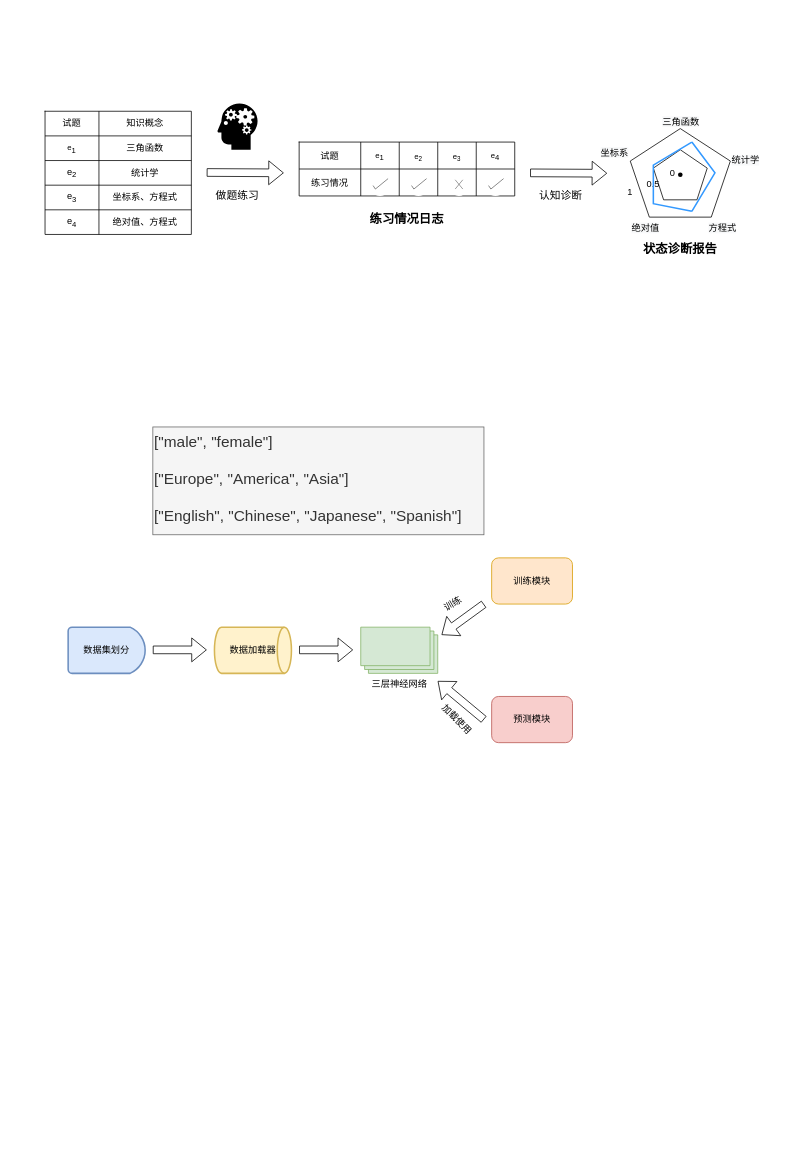
The draw.io diagram Untitled Diagram.drawio in 19170323/19170323.github.io, before the edit. Source tidied: cells renumbered, new cells numbered last; positions are measured from the earlier drawing's top-left corner, leaving out a move shared by most shapes. Both pictures are drawn from the tidied source at 77%, with x=0, y=0 at pixel (45, 18).
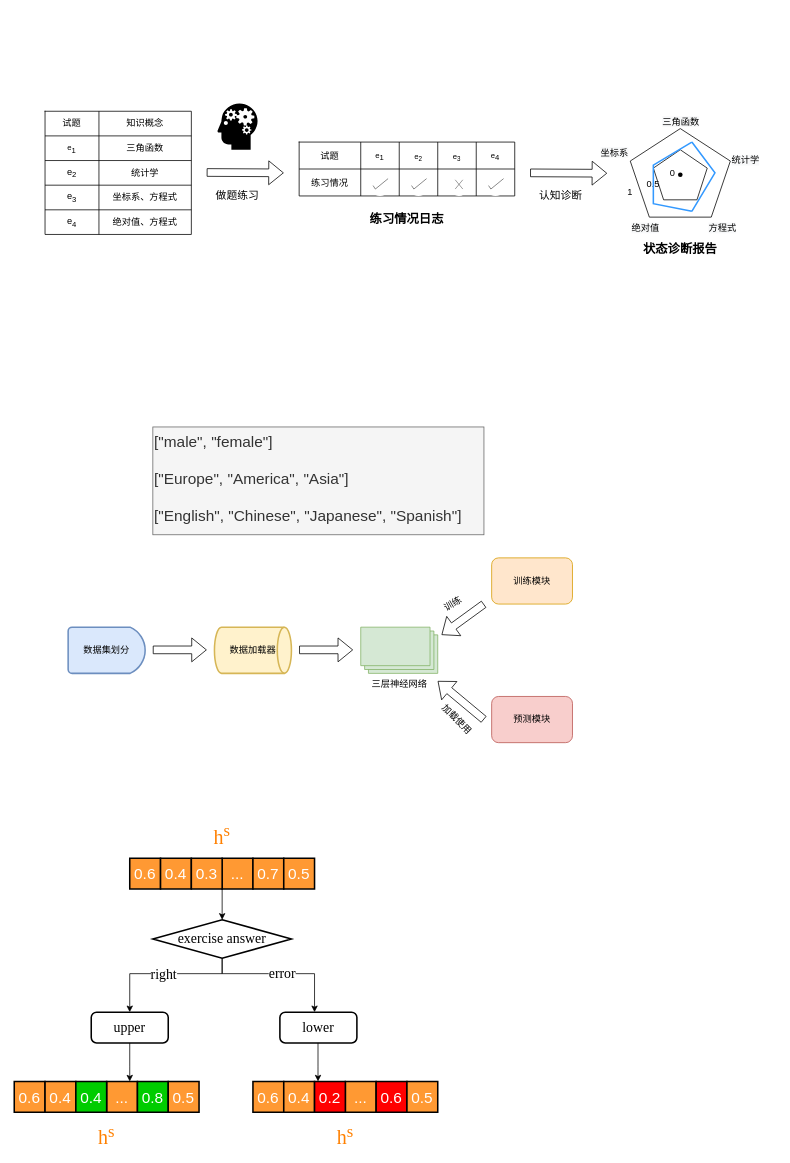
After the change.

The edit, as a diff of the source:
```diff
@@
+    <mxCell id="68" style="shape=table;html=1;whiteSpace=wrap;startSize=0;childLayout=tableLayout;fillColor=#FF9933;strokeWidth=2;" parent="1" vertex="1">
+      <mxGeometry x="110" y="1090" width="40" height="40" as="geometry" />
+    </mxCell>
+    <mxCell id="69" style="shape=partialRectangle;html=1;whiteSpace=wrap;fillColor=none;top=0;left=0;bottom=0;right=0;" parent="68" vertex="1">
+      <mxGeometry width="40" height="40" as="geometry" />
+    </mxCell>
+    <mxCell id="70" value="&lt;font style=&quot;font-size: 20px&quot; color=&quot;#ffffff&quot;&gt;0.6&lt;br&gt;&lt;/font&gt;" style="shape=partialRectangle;html=1;whiteSpace=wrap;overflow=hidden;fillColor=none;top=0;left=0;bottom=0;right=0;" parent="69" vertex="1">
+      <mxGeometry width="40" height="40" as="geometry" />
+    </mxCell>
+    <mxCell id="71" value="&lt;font style=&quot;font-size: 26px&quot; color=&quot;#ff8000&quot; face=&quot;Times New Roman&quot;&gt;h&lt;sup&gt;s&lt;/sup&gt;&lt;/font&gt;" style="text;html=1;strokeColor=none;fillColor=none;align=center;verticalAlign=middle;whiteSpace=wrap;rounded=0;shadow=0;sketch=0;" parent="1" vertex="1">
+      <mxGeometry x="210" y="1050" width="40" height="20" as="geometry" />
+    </mxCell>
+    <mxCell id="72" style="shape=table;html=1;whiteSpace=wrap;startSize=0;childLayout=tableLayout;fillColor=#FF9933;strokeWidth=2;" parent="1" vertex="1">
+      <mxGeometry x="230" y="1090" width="40" height="40" as="geometry" />
+    </mxCell>
+    <mxCell id="73" style="shape=partialRectangle;html=1;whiteSpace=wrap;fillColor=none;top=0;left=0;bottom=0;right=0;" parent="72" vertex="1">
+      <mxGeometry width="40" height="40" as="geometry" />
+    </mxCell>
+    <mxCell id="74" value="&lt;font style=&quot;font-size: 20px&quot; color=&quot;#ffffff&quot;&gt;...&lt;/font&gt;" style="shape=partialRectangle;html=1;whiteSpace=wrap;overflow=hidden;fillColor=none;top=0;left=0;bottom=0;right=0;" parent="73" vertex="1">
+      <mxGeometry width="40" height="40" as="geometry" />
+    </mxCell>
+    <mxCell id="75" style="shape=table;html=1;whiteSpace=wrap;startSize=0;childLayout=tableLayout;fillColor=#FF9933;strokeWidth=2;" parent="1" vertex="1">
+      <mxGeometry x="150" y="1090" width="40" height="40" as="geometry" />
+    </mxCell>
+    <mxCell id="76" style="shape=partialRectangle;html=1;whiteSpace=wrap;fillColor=none;top=0;left=0;bottom=0;right=0;" parent="75" vertex="1">
+      <mxGeometry width="40" height="40" as="geometry" />
+    </mxCell>
+    <mxCell id="77" value="&lt;font style=&quot;font-size: 20px&quot; color=&quot;#ffffff&quot;&gt;0.4&lt;br&gt;&lt;/font&gt;" style="shape=partialRectangle;html=1;whiteSpace=wrap;overflow=hidden;fillColor=none;top=0;left=0;bottom=0;right=0;" parent="76" vertex="1">
+      <mxGeometry width="40" height="40" as="geometry" />
+    </mxCell>
+    <mxCell id="78" style="shape=table;html=1;whiteSpace=wrap;startSize=0;childLayout=tableLayout;fillColor=#FF9933;strokeWidth=2;" parent="1" vertex="1">
+      <mxGeometry x="190" y="1090" width="40" height="40" as="geometry" />
+    </mxCell>
+    <mxCell id="79" style="shape=partialRectangle;html=1;whiteSpace=wrap;fillColor=none;top=0;left=0;bottom=0;right=0;" parent="78" vertex="1">
+      <mxGeometry width="40" height="40" as="geometry" />
+    </mxCell>
+    <mxCell id="80" value="&lt;font style=&quot;font-size: 20px&quot; color=&quot;#ffffff&quot;&gt;0.3&lt;br&gt;&lt;/font&gt;" style="shape=partialRectangle;html=1;whiteSpace=wrap;overflow=hidden;fillColor=none;top=0;left=0;bottom=0;right=0;" parent="79" vertex="1">
+      <mxGeometry width="40" height="40" as="geometry" />
+    </mxCell>
+    <mxCell id="81" style="shape=table;html=1;whiteSpace=wrap;startSize=0;childLayout=tableLayout;fillColor=#FF9933;strokeWidth=2;" parent="1" vertex="1">
+      <mxGeometry x="270" y="1090" width="40" height="40" as="geometry" />
+    </mxCell>
+    <mxCell id="82" style="shape=partialRectangle;html=1;whiteSpace=wrap;fillColor=none;top=0;left=0;bottom=0;right=0;" parent="81" vertex="1">
+      <mxGeometry width="40" height="40" as="geometry" />
+    </mxCell>
+    <mxCell id="83" value="&lt;font style=&quot;font-size: 20px&quot; color=&quot;#ffffff&quot;&gt;0.7&lt;br&gt;&lt;/font&gt;" style="shape=partialRectangle;html=1;whiteSpace=wrap;overflow=hidden;fillColor=none;top=0;left=0;bottom=0;right=0;" parent="82" vertex="1">
+      <mxGeometry width="40" height="40" as="geometry" />
+    </mxCell>
+    <mxCell id="84" style="shape=table;html=1;whiteSpace=wrap;startSize=0;childLayout=tableLayout;fillColor=#FF9933;strokeWidth=2;" parent="1" vertex="1">
+      <mxGeometry x="310" y="1090" width="40" height="40" as="geometry" />
+    </mxCell>
+    <mxCell id="85" style="shape=partialRectangle;html=1;whiteSpace=wrap;fillColor=none;top=0;left=0;bottom=0;right=0;" parent="84" vertex="1">
+      <mxGeometry width="40" height="40" as="geometry" />
+    </mxCell>
+    <mxCell id="86" value="&lt;font style=&quot;font-size: 20px&quot; color=&quot;#ffffff&quot;&gt;0.5&lt;br&gt;&lt;/font&gt;" style="shape=partialRectangle;html=1;whiteSpace=wrap;overflow=hidden;fillColor=none;top=0;left=0;bottom=0;right=0;" parent="85" vertex="1">
+      <mxGeometry width="40" height="40" as="geometry" />
+    </mxCell>
+    <mxCell id="87" style="edgeStyle=orthogonalEdgeStyle;rounded=0;jettySize=auto;html=1;entryX=0.5;entryY=0;entryDx=0;entryDy=0;exitX=0.5;exitY=1;exitDx=0;exitDy=0;exitPerimeter=0;" parent="1" edge="1" source="89" target="90">
+      <mxGeometry relative="1" as="geometry">
+        <Array as="points">
+          <mxPoint x="230" y="1240" />
+          <mxPoint x="110" y="1240" />
+        </Array>
+      </mxGeometry>
+    </mxCell>
+    <mxCell id="88" value="&lt;font style=&quot;font-size: 18px&quot; face=&quot;Times New Roman&quot;&gt;right&lt;/font&gt;" style="edgeLabel;html=1;align=center;verticalAlign=middle;" parent="87" vertex="1">
+      <mxGeometry x="0.02" y="1" relative="1" as="geometry" />
+    </mxCell>
+    <mxCell id="89" value="&lt;font style=&quot;font-size: 18px&quot; face=&quot;Times New Roman&quot;&gt;exercise answer&lt;/font&gt;" style="strokeWidth=2;html=1;shape=mxgraph.flowchart.decision;whiteSpace=wrap;shadow=0;sketch=0;fillColor=#FFFFFF;gradientColor=none;" parent="1" vertex="1">
+      <mxGeometry x="140" y="1170" width="180" height="50" as="geometry" />
+    </mxCell>
+    <mxCell id="90" value="&lt;font style=&quot;font-size: 18px&quot; face=&quot;Times New Roman&quot;&gt;upper&lt;/font&gt;" style="rounded=1;whiteSpace=wrap;html=1;absoluteArcSize=1;arcSize=14;strokeWidth=2;shadow=0;sketch=0;fillColor=#FFFFFF;gradientColor=none;" parent="1" vertex="1">
+      <mxGeometry x="60" y="1290" width="100" height="40" as="geometry" />
+    </mxCell>
+    <mxCell id="91" style="edgeStyle=orthogonalEdgeStyle;rounded=0;jettySize=auto;html=1;entryX=0.5;entryY=0;entryDx=0;entryDy=0;exitX=0.5;exitY=1;exitDx=0;exitDy=0;exitPerimeter=0;entryPerimeter=0;" parent="1" edge="1" target="89">
+      <mxGeometry relative="1" as="geometry">
+        <mxPoint x="230" y="1130" as="sourcePoint" />
+        <Array as="points">
+          <mxPoint x="230" y="1160" />
+          <mxPoint x="230" y="1160" />
+        </Array>
+      </mxGeometry>
+    </mxCell>
+    <mxCell id="92" value="&lt;font style=&quot;font-size: 18px&quot; face=&quot;Times New Roman&quot;&gt;lower&lt;/font&gt;" style="rounded=1;whiteSpace=wrap;html=1;absoluteArcSize=1;arcSize=14;strokeWidth=2;shadow=0;sketch=0;fillColor=#FFFFFF;gradientColor=none;" parent="1" vertex="1">
+      <mxGeometry x="305" y="1290" width="100" height="40" as="geometry" />
+    </mxCell>
+    <mxCell id="93" style="edgeStyle=orthogonalEdgeStyle;rounded=0;jettySize=auto;html=1;exitX=0.5;exitY=1;exitDx=0;exitDy=0;exitPerimeter=0;" parent="1" edge="1" source="89">
+      <mxGeometry relative="1" as="geometry">
+        <mxPoint x="350" y="1290" as="targetPoint" />
+        <Array as="points">
+          <mxPoint x="230" y="1240" />
+          <mxPoint x="350" y="1240" />
+          <mxPoint x="350" y="1290" />
+        </Array>
+      </mxGeometry>
+    </mxCell>
+    <mxCell id="94" value="&lt;font style=&quot;font-size: 18px&quot; face=&quot;Times New Roman&quot;&gt;error&lt;/font&gt;" style="edgeLabel;html=1;align=center;verticalAlign=middle;" parent="93" vertex="1">
+      <mxGeometry x="0.02" y="1" relative="1" as="geometry" />
+    </mxCell>
+    <mxCell id="95" style="shape=table;html=1;whiteSpace=wrap;startSize=0;childLayout=tableLayout;fillColor=#FF9933;strokeWidth=2;" parent="1" vertex="1">
+      <mxGeometry x="-40" y="1380" width="40" height="40" as="geometry" />
+    </mxCell>
+    <mxCell id="96" style="shape=partialRectangle;html=1;whiteSpace=wrap;fillColor=none;top=0;left=0;bottom=0;right=0;" parent="95" vertex="1">
+      <mxGeometry width="40" height="40" as="geometry" />
+    </mxCell>
+    <mxCell id="97" value="&lt;font style=&quot;font-size: 20px&quot; color=&quot;#ffffff&quot;&gt;0.6&lt;br&gt;&lt;/font&gt;" style="shape=partialRectangle;html=1;whiteSpace=wrap;overflow=hidden;fillColor=none;top=0;left=0;bottom=0;right=0;" parent="96" vertex="1">
+      <mxGeometry width="40" height="40" as="geometry" />
+    </mxCell>
+    <mxCell id="98" style="shape=table;html=1;whiteSpace=wrap;startSize=0;childLayout=tableLayout;fillColor=#FF9933;strokeWidth=2;" parent="1" vertex="1">
+      <mxGeometry x="80" y="1380" width="40" height="40" as="geometry" />
+    </mxCell>
+    <mxCell id="99" style="shape=partialRectangle;html=1;whiteSpace=wrap;fillColor=none;top=0;left=0;bottom=0;right=0;" parent="98" vertex="1">
+      <mxGeometry width="40" height="40" as="geometry" />
+    </mxCell>
+    <mxCell id="100" value="&lt;font style=&quot;font-size: 20px&quot; color=&quot;#ffffff&quot;&gt;...&lt;/font&gt;" style="shape=partialRectangle;html=1;whiteSpace=wrap;overflow=hidden;fillColor=none;top=0;left=0;bottom=0;right=0;" parent="99" vertex="1">
+      <mxGeometry width="40" height="40" as="geometry" />
+    </mxCell>
+    <mxCell id="101" style="shape=table;html=1;whiteSpace=wrap;startSize=0;childLayout=tableLayout;fillColor=#FF9933;strokeWidth=2;" parent="1" vertex="1">
+      <mxGeometry y="1380" width="40" height="40" as="geometry" />
+    </mxCell>
+    <mxCell id="102" style="shape=partialRectangle;html=1;whiteSpace=wrap;fillColor=none;top=0;left=0;bottom=0;right=0;" parent="101" vertex="1">
+      <mxGeometry width="40" height="40" as="geometry" />
+    </mxCell>
+    <mxCell id="103" value="&lt;font style=&quot;font-size: 20px&quot; color=&quot;#ffffff&quot;&gt;0.4&lt;br&gt;&lt;/font&gt;" style="shape=partialRectangle;html=1;whiteSpace=wrap;overflow=hidden;fillColor=none;top=0;left=0;bottom=0;right=0;" parent="102" vertex="1">
+      <mxGeometry width="40" height="40" as="geometry" />
+    </mxCell>
+    <mxCell id="104" style="shape=table;html=1;whiteSpace=wrap;startSize=0;childLayout=tableLayout;strokeWidth=2;fillColor=#00CC00;" parent="1" vertex="1">
+      <mxGeometry x="40" y="1380" width="40" height="40" as="geometry" />
+    </mxCell>
+    <mxCell id="105" style="shape=partialRectangle;html=1;whiteSpace=wrap;fillColor=none;top=0;left=0;bottom=0;right=0;" parent="104" vertex="1">
+      <mxGeometry width="40" height="40" as="geometry" />
+    </mxCell>
+    <mxCell id="106" value="&lt;font style=&quot;font-size: 20px&quot; color=&quot;#ffffff&quot;&gt;0.4&lt;br&gt;&lt;/font&gt;" style="shape=partialRectangle;html=1;whiteSpace=wrap;overflow=hidden;fillColor=none;top=0;left=0;bottom=0;right=0;" parent="105" vertex="1">
+      <mxGeometry width="40" height="40" as="geometry" />
+    </mxCell>
+    <mxCell id="107" style="shape=table;html=1;whiteSpace=wrap;startSize=0;childLayout=tableLayout;strokeWidth=2;fillColor=#00CC00;" parent="1" vertex="1">
+      <mxGeometry x="120" y="1380" width="40" height="40" as="geometry" />
+    </mxCell>
+    <mxCell id="108" style="shape=partialRectangle;html=1;whiteSpace=wrap;fillColor=none;top=0;left=0;bottom=0;right=0;" parent="107" vertex="1">
+      <mxGeometry width="40" height="40" as="geometry" />
+    </mxCell>
+    <mxCell id="109" value="&lt;font style=&quot;font-size: 20px&quot; color=&quot;#ffffff&quot;&gt;0.8&lt;br&gt;&lt;/font&gt;" style="shape=partialRectangle;html=1;whiteSpace=wrap;overflow=hidden;fillColor=none;top=0;left=0;bottom=0;right=0;" parent="108" vertex="1">
+      <mxGeometry width="40" height="40" as="geometry" />
+    </mxCell>
+    <mxCell id="110" style="shape=table;html=1;whiteSpace=wrap;startSize=0;childLayout=tableLayout;fillColor=#FF9933;strokeWidth=2;" parent="1" vertex="1">
+      <mxGeometry x="160" y="1380" width="40" height="40" as="geometry" />
+    </mxCell>
+    <mxCell id="111" style="shape=partialRectangle;html=1;whiteSpace=wrap;fillColor=none;top=0;left=0;bottom=0;right=0;" parent="110" vertex="1">
+      <mxGeometry width="40" height="40" as="geometry" />
+    </mxCell>
+    <mxCell id="112" value="&lt;font style=&quot;font-size: 20px&quot; color=&quot;#ffffff&quot;&gt;0.5&lt;br&gt;&lt;/font&gt;" style="shape=partialRectangle;html=1;whiteSpace=wrap;overflow=hidden;fillColor=none;top=0;left=0;bottom=0;right=0;" parent="111" vertex="1">
+      <mxGeometry width="40" height="40" as="geometry" />
+    </mxCell>
+    <mxCell id="113" style="shape=table;html=1;whiteSpace=wrap;startSize=0;childLayout=tableLayout;fillColor=#FF9933;strokeWidth=2;" parent="1" vertex="1">
+      <mxGeometry x="270" y="1380" width="40" height="40" as="geometry" />
+    </mxCell>
+    <mxCell id="114" style="shape=partialRectangle;html=1;whiteSpace=wrap;fillColor=none;top=0;left=0;bottom=0;right=0;" parent="113" vertex="1">
+      <mxGeometry width="40" height="40" as="geometry" />
+    </mxCell>
+    <mxCell id="115" value="&lt;font style=&quot;font-size: 20px&quot; color=&quot;#ffffff&quot;&gt;0.6&lt;br&gt;&lt;/font&gt;" style="shape=partialRectangle;html=1;whiteSpace=wrap;overflow=hidden;fillColor=none;top=0;left=0;bottom=0;right=0;" parent="114" vertex="1">
+      <mxGeometry width="40" height="40" as="geometry" />
+    </mxCell>
+    <mxCell id="116" style="shape=table;html=1;whiteSpace=wrap;startSize=0;childLayout=tableLayout;fillColor=#FF9933;strokeWidth=2;" parent="1" vertex="1">
+      <mxGeometry x="390" y="1380" width="40" height="40" as="geometry" />
+    </mxCell>
+    <mxCell id="117" style="shape=partialRectangle;html=1;whiteSpace=wrap;fillColor=none;top=0;left=0;bottom=0;right=0;" parent="116" vertex="1">
+      <mxGeometry width="40" height="40" as="geometry" />
+    </mxCell>
+    <mxCell id="118" value="&lt;font style=&quot;font-size: 20px&quot; color=&quot;#ffffff&quot;&gt;...&lt;/font&gt;" style="shape=partialRectangle;html=1;whiteSpace=wrap;overflow=hidden;fillColor=none;top=0;left=0;bottom=0;right=0;" parent="117" vertex="1">
+      <mxGeometry width="40" height="40" as="geometry" />
+    </mxCell>
+    <mxCell id="119" style="shape=table;html=1;whiteSpace=wrap;startSize=0;childLayout=tableLayout;fillColor=#FF9933;strokeWidth=2;" parent="1" vertex="1">
+      <mxGeometry x="310" y="1380" width="40" height="40" as="geometry" />
+    </mxCell>
+    <mxCell id="120" style="shape=partialRectangle;html=1;whiteSpace=wrap;fillColor=none;top=0;left=0;bottom=0;right=0;" parent="119" vertex="1">
+      <mxGeometry width="40" height="40" as="geometry" />
+    </mxCell>
+    <mxCell id="121" value="&lt;font style=&quot;font-size: 20px&quot; color=&quot;#ffffff&quot;&gt;0.4&lt;br&gt;&lt;/font&gt;" style="shape=partialRectangle;html=1;whiteSpace=wrap;overflow=hidden;fillColor=none;top=0;left=0;bottom=0;right=0;" parent="120" vertex="1">
+      <mxGeometry width="40" height="40" as="geometry" />
+    </mxCell>
+    <mxCell id="122" style="shape=table;html=1;whiteSpace=wrap;startSize=0;childLayout=tableLayout;strokeWidth=2;fillColor=#FF0000;" parent="1" vertex="1">
+      <mxGeometry x="350" y="1380" width="40" height="40" as="geometry" />
+    </mxCell>
+    <mxCell id="123" style="shape=partialRectangle;html=1;whiteSpace=wrap;fillColor=none;top=0;left=0;bottom=0;right=0;" parent="122" vertex="1">
+      <mxGeometry width="40" height="40" as="geometry" />
+    </mxCell>
+    <mxCell id="124" value="&lt;font style=&quot;font-size: 20px&quot; color=&quot;#ffffff&quot;&gt;0.2&lt;br&gt;&lt;/font&gt;" style="shape=partialRectangle;html=1;whiteSpace=wrap;overflow=hidden;fillColor=none;top=0;left=0;bottom=0;right=0;" parent="123" vertex="1">
+      <mxGeometry width="40" height="40" as="geometry" />
+    </mxCell>
+    <mxCell id="125" style="shape=table;html=1;whiteSpace=wrap;startSize=0;childLayout=tableLayout;strokeWidth=2;fillColor=#FF0000;" parent="1" vertex="1">
+      <mxGeometry x="430" y="1380" width="40" height="40" as="geometry" />
+    </mxCell>
+    <mxCell id="126" style="shape=partialRectangle;html=1;whiteSpace=wrap;fillColor=none;top=0;left=0;bottom=0;right=0;" parent="125" vertex="1">
+      <mxGeometry width="40" height="40" as="geometry" />
+    </mxCell>
+    <mxCell id="127" value="&lt;font style=&quot;font-size: 20px&quot; color=&quot;#ffffff&quot;&gt;0.6&lt;br&gt;&lt;/font&gt;" style="shape=partialRectangle;html=1;whiteSpace=wrap;overflow=hidden;fillColor=none;top=0;left=0;bottom=0;right=0;" parent="126" vertex="1">
+      <mxGeometry width="40" height="40" as="geometry" />
+    </mxCell>
+    <mxCell id="128" style="shape=table;html=1;whiteSpace=wrap;startSize=0;childLayout=tableLayout;fillColor=#FF9933;strokeWidth=2;" parent="1" vertex="1">
+      <mxGeometry x="470" y="1380" width="40" height="40" as="geometry" />
+    </mxCell>
+    <mxCell id="129" style="shape=partialRectangle;html=1;whiteSpace=wrap;fillColor=none;top=0;left=0;bottom=0;right=0;" parent="128" vertex="1">
+      <mxGeometry width="40" height="40" as="geometry" />
+    </mxCell>
+    <mxCell id="130" value="&lt;font style=&quot;font-size: 20px&quot; color=&quot;#ffffff&quot;&gt;0.5&lt;br&gt;&lt;/font&gt;" style="shape=partialRectangle;html=1;whiteSpace=wrap;overflow=hidden;fillColor=none;top=0;left=0;bottom=0;right=0;" parent="129" vertex="1">
+      <mxGeometry width="40" height="40" as="geometry" />
+    </mxCell>
+    <mxCell id="131" style="edgeStyle=orthogonalEdgeStyle;rounded=0;orthogonalLoop=1;jettySize=auto;html=1;exitX=0.5;exitY=1;exitDx=0;exitDy=0;exitPerimeter=0;" parent="1" edge="1">
+      <mxGeometry relative="1" as="geometry">
+        <mxPoint x="110" y="1330" as="sourcePoint" />
+        <mxPoint x="110" y="1380" as="targetPoint" />
+        <Array as="points">
+          <mxPoint x="110" y="1360" />
+          <mxPoint x="110" y="1360" />
+        </Array>
+      </mxGeometry>
+    </mxCell>
+    <mxCell id="132" style="edgeStyle=orthogonalEdgeStyle;rounded=0;orthogonalLoop=1;jettySize=auto;html=1;exitX=0.5;exitY=1;exitDx=0;exitDy=0;exitPerimeter=0;" parent="1" edge="1">
+      <mxGeometry relative="1" as="geometry">
+        <mxPoint x="354.5" y="1330" as="sourcePoint" />
+        <mxPoint x="354.5" y="1380" as="targetPoint" />
+        <Array as="points">
+          <mxPoint x="354.5" y="1360" />
+          <mxPoint x="354.5" y="1360" />
+        </Array>
+      </mxGeometry>
+    </mxCell>
+    <mxCell id="133" value="&lt;font style=&quot;font-size: 26px&quot; color=&quot;#ff8000&quot; face=&quot;Times New Roman&quot;&gt;h&lt;sup&gt;s&lt;/sup&gt;&lt;/font&gt;" style="text;html=1;strokeColor=none;fillColor=none;align=center;verticalAlign=middle;whiteSpace=wrap;rounded=0;shadow=0;sketch=0;" parent="1" vertex="1">
+      <mxGeometry x="60" y="1440" width="40" height="20" as="geometry" />
+    </mxCell>
+    <mxCell id="134" value="&lt;font style=&quot;font-size: 26px&quot; color=&quot;#ff8000&quot; face=&quot;Times New Roman&quot;&gt;h&lt;sup&gt;s&lt;/sup&gt;&lt;/font&gt;" style="text;html=1;strokeColor=none;fillColor=none;align=center;verticalAlign=middle;whiteSpace=wrap;rounded=0;shadow=0;sketch=0;" parent="1" vertex="1">
+      <mxGeometry x="370" y="1440" width="40" height="20" as="geometry" />
+    </mxCell>
```
